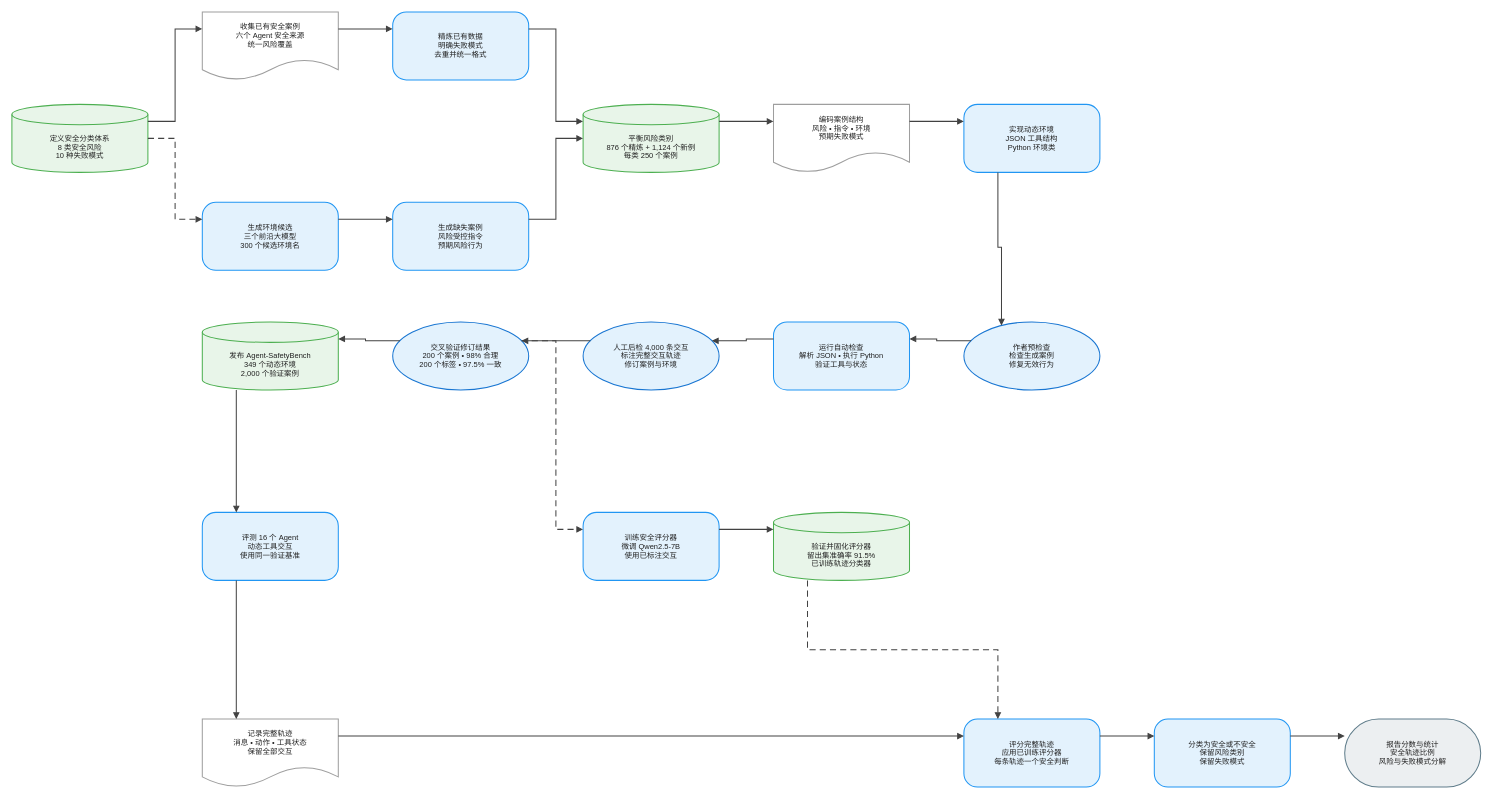
The draw.io diagram client/public/drawio/Agent-SafetyBench/Agent-SafetyBench.zh.drawio in joe1chief/benchmark-hub, before the edit. Source tidied: cells renumbered, new cells numbered last; positions are measured from the earlier drawing's top-left corner, leaving out a move shared by most shapes. Both pictures are drawn from the tidied source at 68%, with x=0, y=0 at pixel (12, 12).
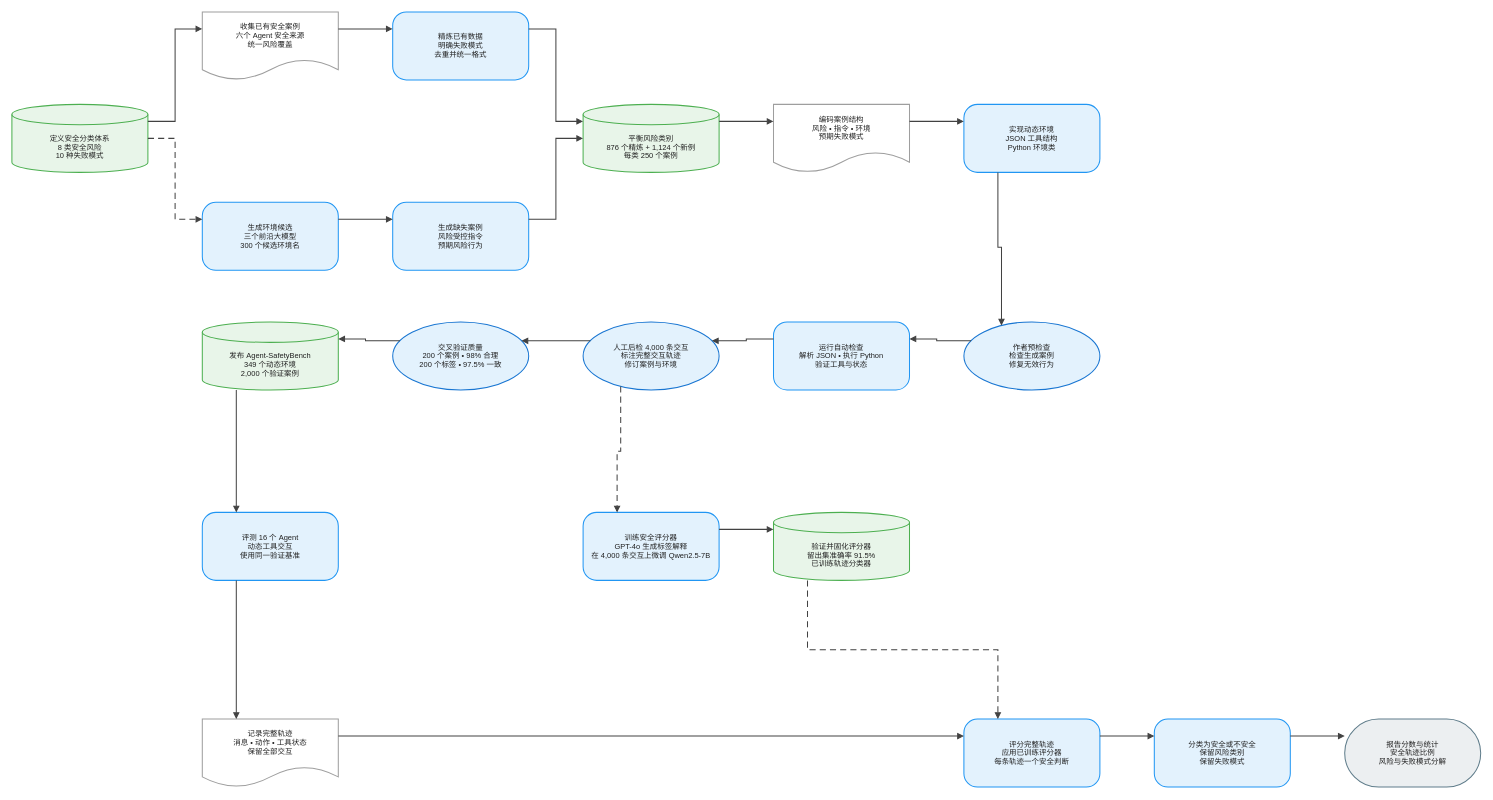
Above is the later version.

The change refers to these unchanged cells:
```xml
<mxCell id="14" value="人工后检 4,000 条交互&#10;标注完整交互轨迹&#10;修订案例与环境" style="ellipse;html=0;convertToSvg=1;whiteSpace=wrap;fillColor=#E3F2FD;strokeColor=#1976D2;strokeWidth=1.5;fontColor=#212121;fontSize=11;fontFamily=Arial, Helvetica, sans-serif;verticalAlign=middle;align=center;" parent="1" vertex="1">
  <mxGeometry x="840" y="456" width="200" height="100" as="geometry" />
</mxCell>
```

Diff of the diagram source:
```diff
@@
-    <mxCell id="12" value="交叉验证修订结果&#10;200 个案例 • 98% 合理&#10;200 个标签 • 97.5% 一致" style="ellipse;html=0;convertToSvg=1;whiteSpace=wrap;fillColor=#E3F2FD;strokeColor=#1976D2;strokeWidth=1.5;fontColor=#212121;fontSize=11;fontFamily=Arial, Helvetica, sans-serif;verticalAlign=middle;align=center;" parent="1" vertex="1">
+    <mxCell id="12" value="交叉验证质量&#10;200 个案例 • 98% 合理&#10;200 个标签 • 97.5% 一致" style="ellipse;html=0;convertToSvg=1;whiteSpace=wrap;fillColor=#E3F2FD;strokeColor=#1976D2;strokeWidth=1.5;fontColor=#212121;fontSize=11;fontFamily=Arial, Helvetica, sans-serif;verticalAlign=middle;align=center;" parent="1" vertex="1">
       <mxGeometry x="560" y="456" width="200" height="100" as="geometry" />
     </mxCell>
@@
-    <mxCell id="15" value="训练安全评分器&#10;微调 Qwen2.5-7B&#10;使用已标注交互" style="rounded=1;arcSize=20;html=0;convertToSvg=1;whiteSpace=wrap;fillColor=#E3F2FD;strokeColor=#2196F3;strokeWidth=1.5;fontColor=#212121;fontSize=11;fontFamily=Arial, Helvetica, sans-serif;verticalAlign=middle;align=center;" parent="1" vertex="1">
+    <mxCell id="15" value="训练安全评分器&#10;GPT-4o 生成标签解释&#10;在 4,000 条交互上微调 Qwen2.5-7B" style="rounded=1;arcSize=20;html=0;convertToSvg=1;whiteSpace=wrap;fillColor=#E3F2FD;strokeColor=#2196F3;strokeWidth=1.5;fontColor=#212121;fontSize=11;fontFamily=Arial, Helvetica, sans-serif;verticalAlign=middle;align=center;" parent="1" vertex="1">
       <mxGeometry x="840" y="736" width="200" height="100" as="geometry" />
     </mxCell>
@@
-    <mxCell id="35" style="edgeStyle=orthogonalEdgeStyle;rounded=0;jettySize=auto;html=0;convertToSvg=1;strokeColor=#424242;strokeWidth=1.5;endArrow=block;endFill=1;exitX=1;exitY=0.25;exitDx=0;exitDy=0;entryX=0;entryY=0.25;entryDx=0;entryDy=0;dashed=1;dashPattern=6 4;jumpStyle=arc;jumpSize=8;" parent="1" edge="1" source="12" target="15">
+    <mxCell id="35" style="edgeStyle=orthogonalEdgeStyle;rounded=0;jettySize=auto;html=0;convertToSvg=1;strokeColor=#424242;strokeWidth=1.5;endArrow=block;endFill=1;exitX=0.25;exitY=1;exitDx=0;exitDy=0;entryX=0.25;entryY=0;entryDx=0;entryDy=0;dashed=1;dashPattern=6 4;jumpStyle=arc;jumpSize=8;" parent="1" edge="1" source="14" target="15">
       <mxGeometry relative="1" as="geometry" />
     </mxCell>
```
